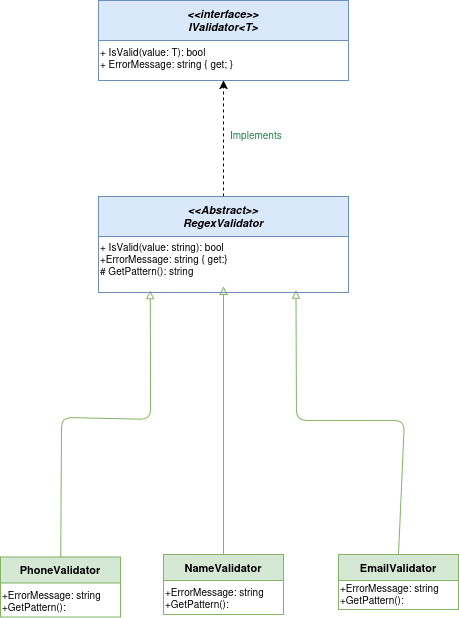
Earlier version of the draw.io export docs/Design Patterns/TemplateMethod.drawio.png (Rosvend/Dollarshop). Source tidied: cells renumbered, new cells last; positions are measured from the earlier drawing's top-left corner, leaving out a move shared by most shapes. Its diagram source:
```xml
<mxGraphModel>
  <root>
    <mxCell id="0" />
    <mxCell id="1" parent="0" />
    <mxCell id="2" value="&lt;&lt;interface&gt;&gt;&#10;IValidator&lt;T&gt;" style="swimlane;fontStyle=3;align=center;startSize=40;fontSize=11;fillColor=#DAE8FC;strokeColor=#6C8EBF;" parent="1" vertex="1">
      <mxGeometry x="98" width="250" height="80" as="geometry" />
    </mxCell>
    <mxCell id="3" value="+ IsValid(value: T): bool&#10;+ ErrorMessage: string { get; }" style="text;align=left;fontSize=10;" parent="2" vertex="1">
      <mxGeometry y="40" width="250" height="40" as="geometry" />
    </mxCell>
    <mxCell id="4" value="NameValidator" style="swimlane;fontStyle=1;align=center;startSize=26;fontSize=11;fillColor=#D5E8D4;strokeColor=#82B366;" parent="1" vertex="1">
      <mxGeometry x="163" y="554" width="120" height="60" as="geometry" />
    </mxCell>
    <mxCell id="5" value="+ErrorMessage: string&#10;+GetPattern():" style="text;align=left;fontSize=10;" parent="4" vertex="1">
      <mxGeometry y="26" width="120" height="34" as="geometry" />
    </mxCell>
    <mxCell id="6" value="EmailValidator" style="swimlane;fontStyle=1;align=center;startSize=26;fontSize=11;fillColor=#D5E8D4;strokeColor=#82B366;" parent="1" vertex="1">
      <mxGeometry x="338" y="554" width="120" height="55" as="geometry" />
    </mxCell>
    <mxCell id="7" value="+ErrorMessage: string&#10;+GetPattern():" style="text;align=left;fontSize=10;" parent="6" vertex="1">
      <mxGeometry y="22" width="120" height="34" as="geometry" />
    </mxCell>
    <mxCell id="8" value="PhoneValidator" style="swimlane;fontStyle=1;align=center;startSize=26;fontSize=11;fillColor=#D5E8D4;strokeColor=#82B366;" parent="1" vertex="1">
      <mxGeometry y="556.5" width="120" height="60" as="geometry" />
    </mxCell>
    <mxCell id="9" value="+ErrorMessage: string&#10;+GetPattern():" style="text;align=left;fontSize=10;" parent="8" vertex="1">
      <mxGeometry y="26" width="120" height="34" as="geometry" />
    </mxCell>
    <mxCell id="10" style="endArrow=block;endFill=0;strokeColor=#82B366;" parent="1" edge="1" source="4" target="15">
      <mxGeometry relative="1" as="geometry" />
    </mxCell>
    <mxCell id="11" style="endArrow=block;endFill=0;strokeColor=#82B366;exitX=0.5;exitY=0;exitDx=0;exitDy=0;entryX=0.79;entryY=1.072;entryDx=0;entryDy=0;entryPerimeter=0;" parent="1" edge="1" source="6" target="15">
      <mxGeometry relative="1" as="geometry">
        <Array as="points">
          <mxPoint x="404" y="420" />
          <mxPoint x="296" y="420" />
        </Array>
      </mxGeometry>
    </mxCell>
    <mxCell id="12" style="endArrow=block;endFill=0;strokeColor=#82B366;entryX=0.207;entryY=1.083;entryDx=0;entryDy=0;entryPerimeter=0;" parent="1" edge="1" source="8" target="15">
      <mxGeometry relative="1" as="geometry">
        <Array as="points">
          <mxPoint x="61" y="417" />
          <mxPoint x="150" y="419" />
        </Array>
      </mxGeometry>
    </mxCell>
    <mxCell id="13" style="edgeStyle=orthogonalEdgeStyle;rounded=0;jettySize=auto;html=1;exitX=0.5;exitY=0;exitDx=0;exitDy=0;strokeColor=light-dark(#000000, #99c1f1);dashed=1;" parent="1" edge="1" source="14" target="3">
      <mxGeometry relative="1" as="geometry" />
    </mxCell>
    <mxCell id="14" value="&lt;&lt;Abstract&gt;&gt;&#10;RegexValidator" style="swimlane;fontStyle=3;align=center;startSize=40;fontSize=11;fillColor=#DAE8FC;strokeColor=#6C8EBF;" parent="1" vertex="1">
      <mxGeometry x="98" y="196" width="250" height="96" as="geometry" />
    </mxCell>
    <mxCell id="15" value="+ IsValid(value: string): bool&#10;+ErrorMessage: string { get:}&#10;# GetPattern(): string" style="text;align=left;fontSize=10;" parent="14" vertex="1">
      <mxGeometry y="39" width="250" height="51" as="geometry" />
    </mxCell>
    <mxCell id="16" value="Implements" style="text;fontSize=10;fontColor=light-dark(#1E8449, #99c1f1);" parent="1" vertex="1">
      <mxGeometry x="228" y="123" width="64" height="20" as="geometry" />
    </mxCell>
  </root>
</mxGraphModel>
```
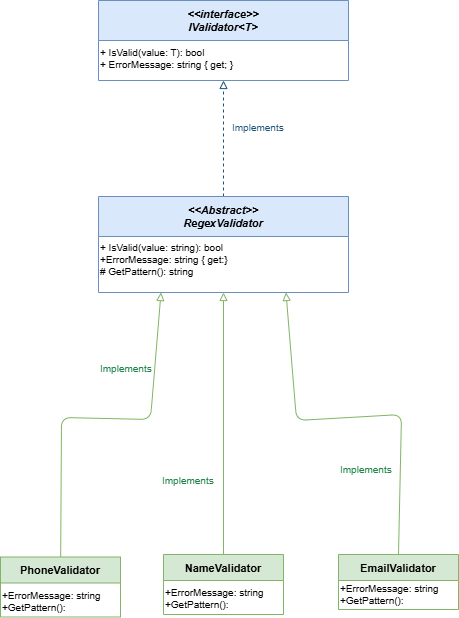
After the change.

Commit message:
docs: added uml diagrams for Design Patterns folder

The edit, as a diff of the source:
```diff
@@ -11,9 +11,9 @@
     <mxCell id="4" value="NameValidator" style="swimlane;fontStyle=1;align=center;startSize=26;fontSize=11;fillColor=#D5E8D4;strokeColor=#82B366;" parent="1" vertex="1">
       <mxGeometry x="163" y="554" width="120" height="60" as="geometry" />
     </mxCell>
-    <mxCell id="5" value="+ErrorMessage: string&#10;+GetPattern():" style="text;align=left;fontSize=10;" parent="4" vertex="1">
-      <mxGeometry y="26" width="120" height="34" as="geometry" />
-    </mxCell>
+    <mxCell id="17" value="+ErrorMessage: string&#10;+GetPattern():" style="text;align=left;fontSize=10;" parent="4" vertex="1">
+      <mxGeometry y="26" width="120" height="34" as="geometry" />
+    </mxCell>
     <mxCell id="6" value="EmailValidator" style="swimlane;fontStyle=1;align=center;startSize=26;fontSize=11;fillColor=#D5E8D4;strokeColor=#82B366;" parent="1" vertex="1">
       <mxGeometry x="338" y="554" width="120" height="55" as="geometry" />
     </mxCell>
@@ -23,21 +23,21 @@
     <mxCell id="8" value="PhoneValidator" style="swimlane;fontStyle=1;align=center;startSize=26;fontSize=11;fillColor=#D5E8D4;strokeColor=#82B366;" parent="1" vertex="1">
       <mxGeometry y="556.5" width="120" height="60" as="geometry" />
     </mxCell>
-    <mxCell id="9" value="+ErrorMessage: string&#10;+GetPattern():" style="text;align=left;fontSize=10;" parent="8" vertex="1">
-      <mxGeometry y="26" width="120" height="34" as="geometry" />
-    </mxCell>
+    <mxCell id="18" value="+ErrorMessage: string&#10;+GetPattern():" style="text;align=left;fontSize=10;" parent="8" vertex="1">
+      <mxGeometry y="26" width="120" height="34" as="geometry" />
+    </mxCell>
-    <mxCell id="10" style="endArrow=block;endFill=0;strokeColor=#82B366;" parent="1" edge="1" source="4" target="15">
+    <mxCell id="10" style="endArrow=block;endFill=0;strokeColor=#82B366;entryX=0.5;entryY=1;entryDx=0;entryDy=0;" parent="1" edge="1" source="4" target="15">
       <mxGeometry relative="1" as="geometry" />
     </mxCell>
-    <mxCell id="11" style="endArrow=block;endFill=0;strokeColor=#82B366;exitX=0.5;exitY=0;exitDx=0;exitDy=0;entryX=0.79;entryY=1.072;entryDx=0;entryDy=0;entryPerimeter=0;" parent="1" edge="1" source="6" target="15">
+    <mxCell id="11" style="endArrow=block;endFill=0;strokeColor=#82B366;exitX=0.5;exitY=0;exitDx=0;exitDy=0;entryX=0.75;entryY=1;entryDx=0;entryDy=0;" parent="1" edge="1" source="6" target="15">
       <mxGeometry relative="1" as="geometry">
         <Array as="points">
-          <mxPoint x="404" y="420" />
+          <mxPoint x="401" y="414" />
           <mxPoint x="296" y="420" />
         </Array>
       </mxGeometry>
     </mxCell>
-    <mxCell id="12" style="endArrow=block;endFill=0;strokeColor=#82B366;entryX=0.207;entryY=1.083;entryDx=0;entryDy=0;entryPerimeter=0;" parent="1" edge="1" source="8" target="15">
+    <mxCell id="12" style="endArrow=block;endFill=0;strokeColor=#82B366;entryX=0.25;entryY=1;entryDx=0;entryDy=0;" parent="1" edge="1" source="8" target="15">
       <mxGeometry relative="1" as="geometry">
         <Array as="points">
           <mxPoint x="61" y="417" />
@@ -45,17 +45,26 @@
         </Array>
       </mxGeometry>
     </mxCell>
-    <mxCell id="13" style="edgeStyle=orthogonalEdgeStyle;rounded=0;jettySize=auto;html=1;exitX=0.5;exitY=0;exitDx=0;exitDy=0;strokeColor=light-dark(#000000, #99c1f1);dashed=1;" parent="1" edge="1" source="14" target="3">
+    <mxCell id="13" style="edgeStyle=orthogonalEdgeStyle;rounded=0;jettySize=auto;html=1;exitX=0.5;exitY=0;exitDx=0;exitDy=0;strokeColor=light-dark(#1A5276,#99C1F1);dashed=1;endArrow=block;endFill=0;" parent="1" edge="1" source="14" target="3">
       <mxGeometry relative="1" as="geometry" />
     </mxCell>
     <mxCell id="14" value="&lt;&lt;Abstract&gt;&gt;&#10;RegexValidator" style="swimlane;fontStyle=3;align=center;startSize=40;fontSize=11;fillColor=#DAE8FC;strokeColor=#6C8EBF;" parent="1" vertex="1">
       <mxGeometry x="98" y="196" width="250" height="96" as="geometry" />
     </mxCell>
     <mxCell id="15" value="+ IsValid(value: string): bool&#10;+ErrorMessage: string { get:}&#10;# GetPattern(): string" style="text;align=left;fontSize=10;" parent="14" vertex="1">
-      <mxGeometry y="39" width="250" height="51" as="geometry" />
+      <mxGeometry y="39" width="250" height="57" as="geometry" />
     </mxCell>
-    <mxCell id="16" value="Implements" style="text;fontSize=10;fontColor=light-dark(#1E8449, #99c1f1);" parent="1" vertex="1">
-      <mxGeometry x="228" y="123" width="64" height="20" as="geometry" />
-    </mxCell>
+    <mxCell id="19" value="Implements" style="text;fontSize=10;fontColor=#1A5276;" parent="1" vertex="1">
+      <mxGeometry x="230" y="115.2" width="63" height="20" as="geometry" />
+    </mxCell>
+    <mxCell id="20" value="Implements" style="text;fontSize=10;fontColor=#1E8449;" parent="1" vertex="1">
+      <mxGeometry x="98" y="356.2" width="64" height="20" as="geometry" />
+    </mxCell>
+    <mxCell id="21" value="Implements" style="text;fontSize=10;fontColor=#1E8449;" parent="1" vertex="1">
+      <mxGeometry x="160" y="468.2" width="64" height="20" as="geometry" />
+    </mxCell>
+    <mxCell id="22" value="Implements" style="text;fontSize=10;fontColor=#1E8449;" parent="1" vertex="1">
+      <mxGeometry x="338" y="457.2" width="64" height="20" as="geometry" />
+    </mxCell>
   </root>
 </mxGraphModel>
```
